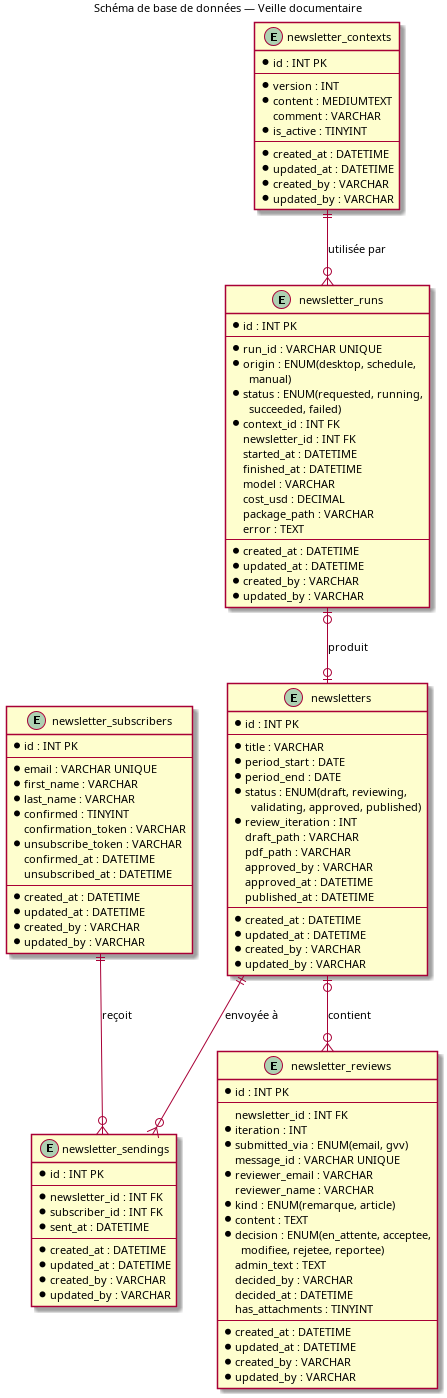
The PlantUML diagram doc/design_notes/diagrams/veille_schema.png in flub78/gvv, before a commit. Its source is kept beside it as doc/design_notes/diagrams/veille_schema.puml.
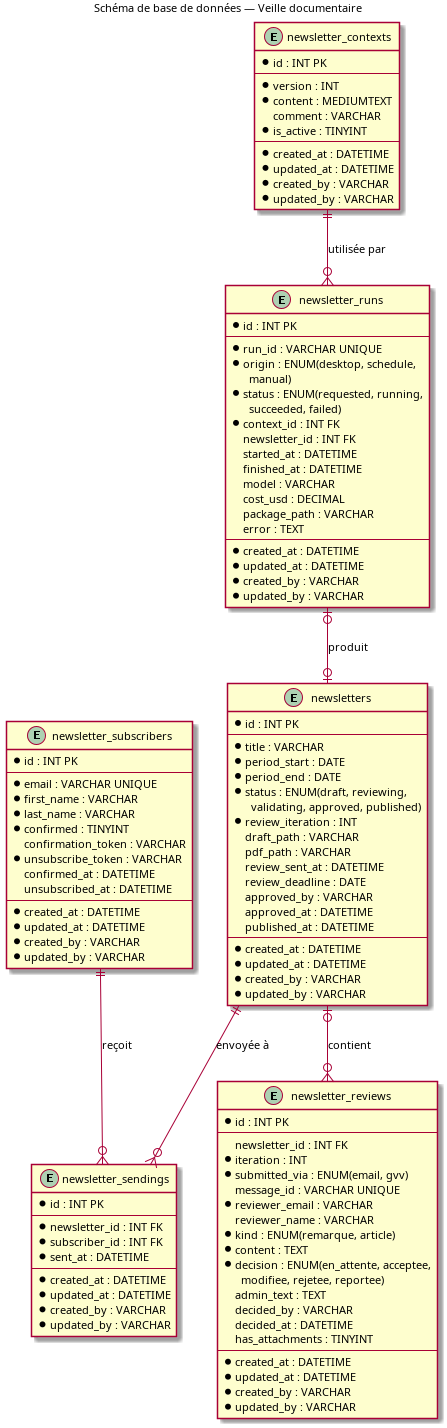
After the commit.

The edit, as a diff of the source:
```diff
@@ -14,6 +14,8 @@
   * review_iteration : INT
   draft_path : VARCHAR
   pdf_path : VARCHAR
+  review_sent_at : DATETIME
+  review_deadline : DATE
   approved_by : VARCHAR
   approved_at : DATETIME
   published_at : DATETIME
```
